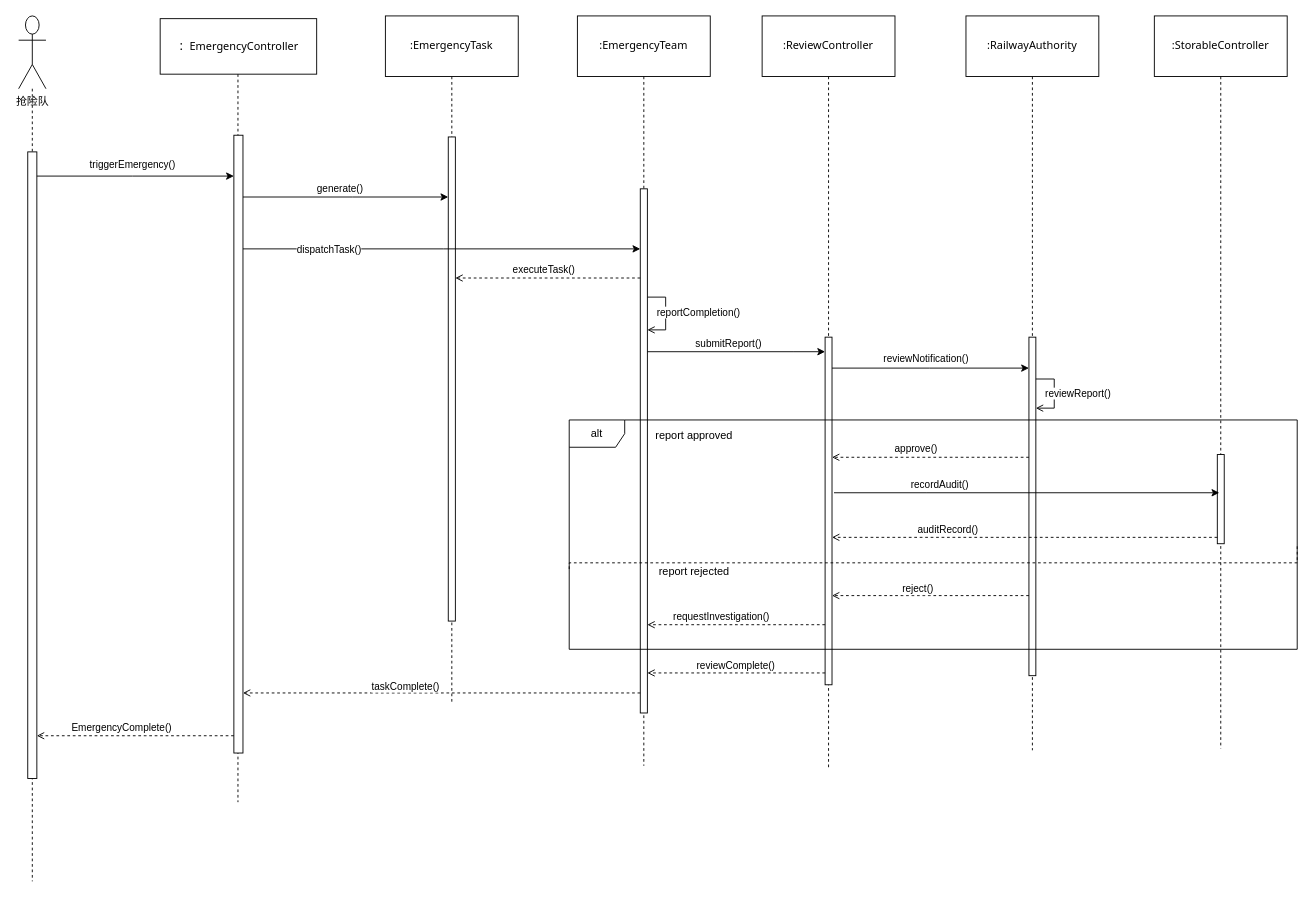
The draw.io diagram 应急响应子系统时序图.drawio in Lxlorange/drawio, before the edit. Source tidied: cells renumbered, new cells numbered last; positions are measured from the earlier drawing's top-left corner, leaving out a move shared by most shapes. Both pictures are drawn from the tidied source at 91%, with x=0, y=0 at pixel (18, 15).
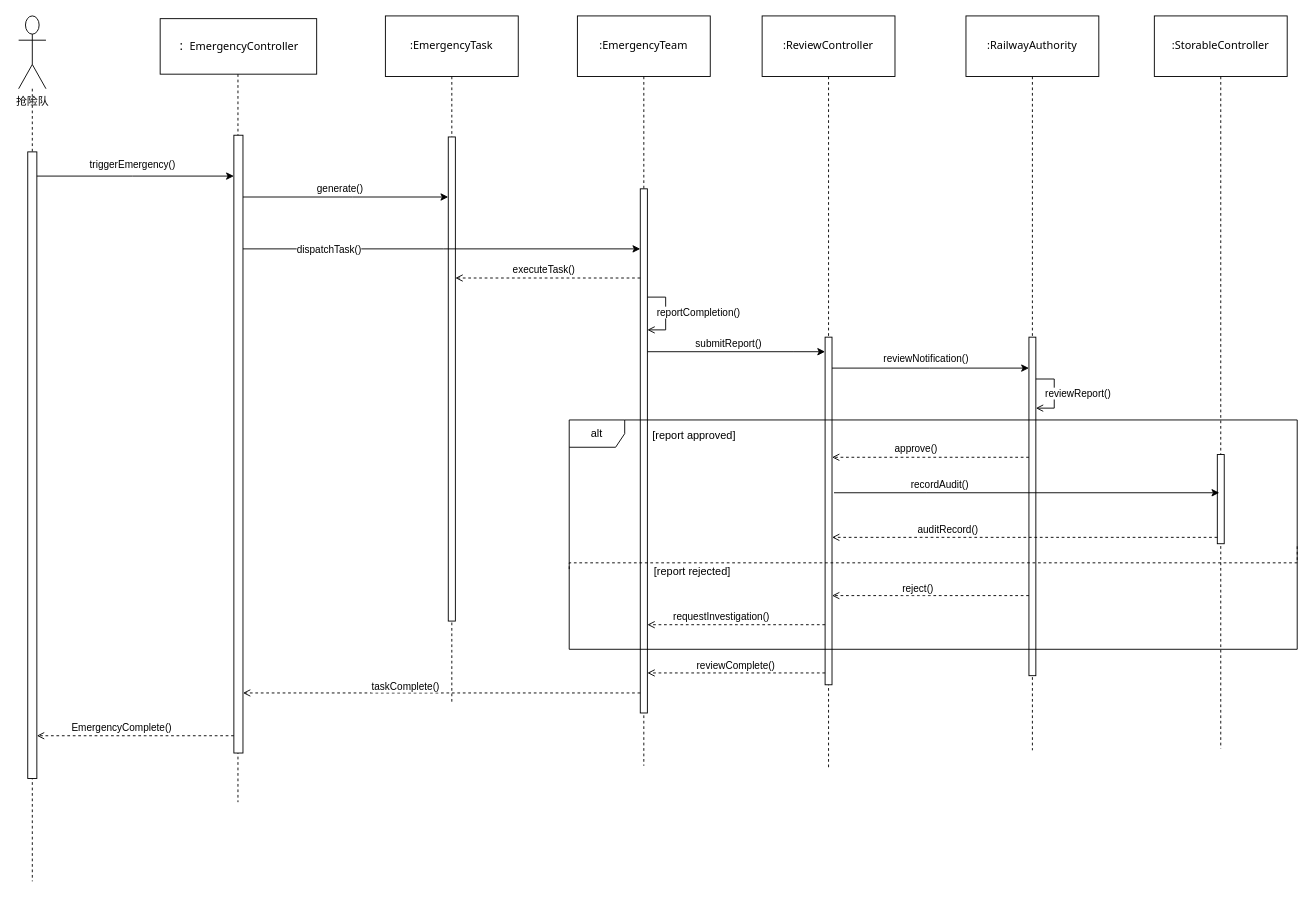
The same diagram, later.

Commit message (it also covers changes not shown here):
更新应急响应子系统时序图.drawio

Unchanged cells that the change refers to:
```xml
<mxCell id="47" value="alt" style="shape=umlFrame;whiteSpace=wrap;html=1;width=61;height=30;" parent="1" vertex="1">
  <mxGeometry x="605" y="444" width="800" height="252" as="geometry" />
</mxCell>
```

Diff of the diagram source:
```diff
@@
-    <mxCell id="50" value="report approved" style="text;html=1;align=center;verticalAlign=middle;strokeColor=none;fillColor=none;" parent="47" vertex="1">
-      <mxGeometry x="85" y="4" width="103" height="26" as="geometry" />
+    <mxCell id="50" value="[report approved]" style="text;html=1;align=center;verticalAlign=middle;strokeColor=none;fillColor=none;" parent="47" vertex="1">
+      <mxGeometry x="82" y="4" width="109" height="26" as="geometry" />
     </mxCell>
-    <mxCell id="51" value="report rejected" style="text;html=1;align=center;verticalAlign=middle;strokeColor=none;fillColor=none;" parent="47" vertex="1">
-      <mxGeometry x="89" y="154" width="95" height="26" as="geometry" />
+    <mxCell id="51" value="[report rejected]" style="text;html=1;align=center;verticalAlign=middle;strokeColor=none;fillColor=none;" parent="47" vertex="1">
+      <mxGeometry x="84" y="154" width="102" height="26" as="geometry" />
     </mxCell>
```
